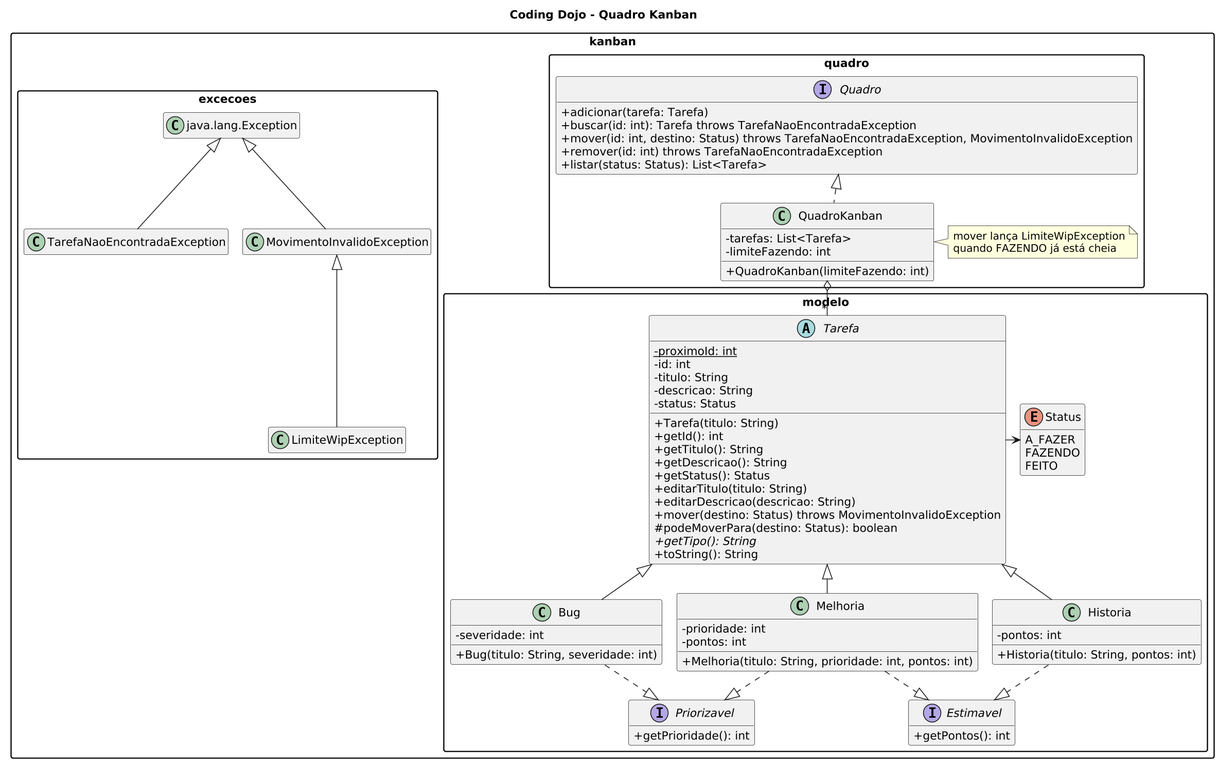
The PlantUML diagram data/dojo-kanban/diagrama.png in Lucas-Inacioo/poo-juiz, before a commit.
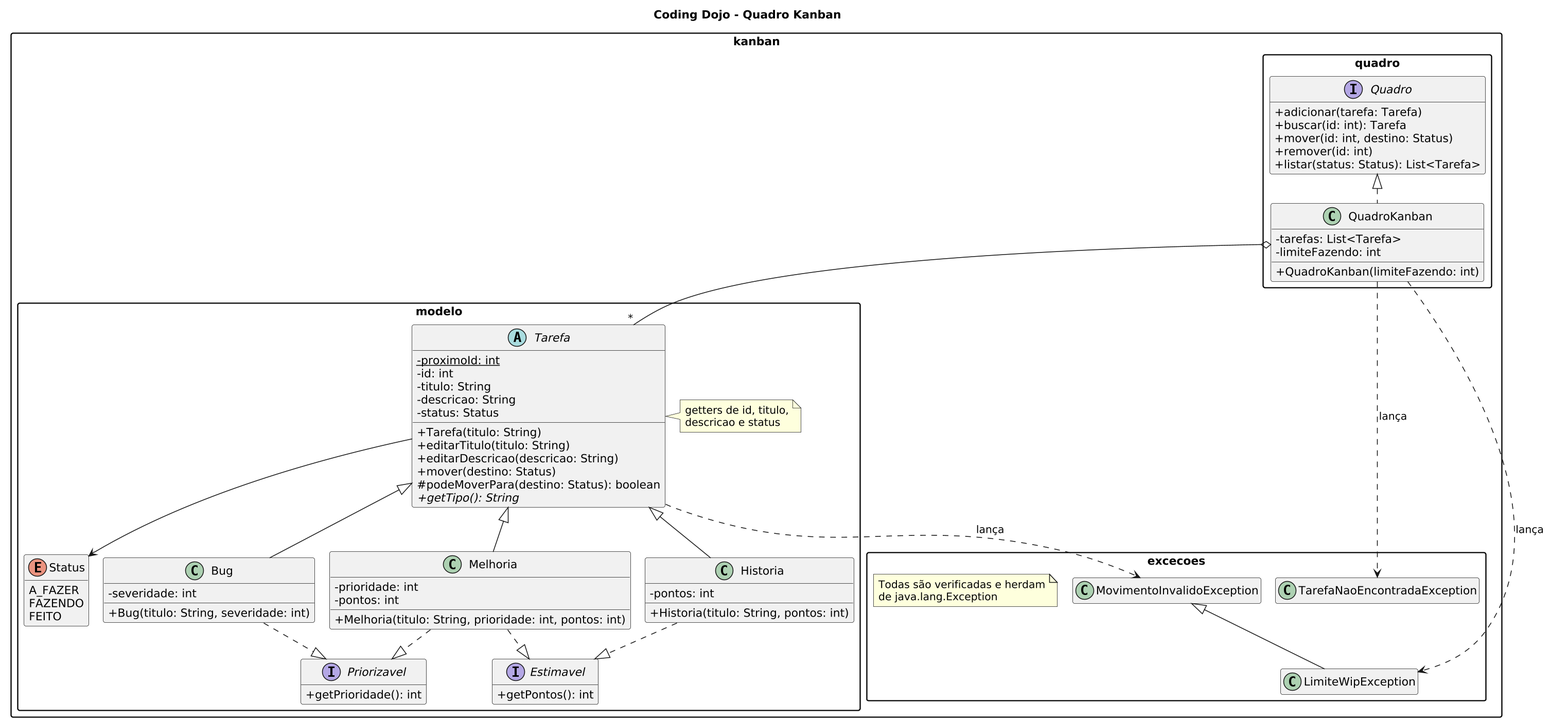
After the change.

Commit message:
Simplify the dojo diagram to cut the number of items

Getters move to a note, exception throws become one dependency arrow per exception, and a note says all three exceptions are checked.

The edit, as a diff of the source:
```diff
@@ -4,29 +4,21 @@
 skinparam dpi 150
 skinparam classAttributeIconSize 0
 skinparam packageStyle rectangle
-skinparam nodesep 40
-skinparam ranksep 50
 hide empty members
 
 package kanban.quadro {
   interface Quadro {
     +adicionar(tarefa: Tarefa)
-    +buscar(id: int): Tarefa throws TarefaNaoEncontradaException
-    +mover(id: int, destino: Status) throws TarefaNaoEncontradaException, MovimentoInvalidoException
-    +remover(id: int) throws TarefaNaoEncontradaException
+    +buscar(id: int): Tarefa
+    +mover(id: int, destino: Status)
+    +remover(id: int)
     +listar(status: Status): List<Tarefa>
   }
-
   class QuadroKanban {
     -tarefas: List<Tarefa>
     -limiteFazendo: int
     +QuadroKanban(limiteFazendo: int)
   }
-
-  note right of QuadroKanban
-    mover lança LimiteWipException
-    quando FAZENDO já está cheia
-  end note
 }
 
 package kanban.modelo {
@@ -37,60 +29,52 @@
     -descricao: String
     -status: Status
     +Tarefa(titulo: String)
-    +getId(): int
-    +getTitulo(): String
-    +getDescricao(): String
-    +getStatus(): Status
     +editarTitulo(titulo: String)
     +editarDescricao(descricao: String)
-    +mover(destino: Status) throws MovimentoInvalidoException
+    +mover(destino: Status)
     #podeMoverPara(destino: Status): boolean
     +{abstract} getTipo(): String
-    +toString(): String
   }
-
+  note right of Tarefa
+    getters de id, titulo,
+    descricao e status
+  end note
   enum Status {
     A_FAZER
     FAZENDO
     FEITO
   }
-
   class Bug {
     -severidade: int
     +Bug(titulo: String, severidade: int)
   }
-
   class Melhoria {
     -prioridade: int
     -pontos: int
     +Melhoria(titulo: String, prioridade: int, pontos: int)
   }
-
   class Historia {
     -pontos: int
     +Historia(titulo: String, pontos: int)
   }
-
   interface Priorizavel {
     +getPrioridade(): int
   }
-
   interface Estimavel {
     +getPontos(): int
   }
 }
 
 package kanban.excecoes {
-  class "java.lang.Exception" as Exception
   class TarefaNaoEncontradaException
   class MovimentoInvalidoException
   class LimiteWipException
+  note "Todas são verificadas e herdam\nde java.lang.Exception" as N1
 }
 
 Quadro <|.. QuadroKanban
 QuadroKanban o-- "*" Tarefa
-
-Tarefa -right-> Status
+Tarefa --> Status
 Tarefa <|-- Bug
 Tarefa <|-- Melhoria
 Tarefa <|-- Historia
@@ -98,8 +82,8 @@
 Melhoria ..|> Priorizavel
 Melhoria ..|> Estimavel
 Historia ..|> Estimavel
-
-Exception <|-- TarefaNaoEncontradaException
-Exception <|-- MovimentoInvalidoException
 MovimentoInvalidoException <|-- LimiteWipException
+Tarefa ..> MovimentoInvalidoException : lança
+QuadroKanban ..> TarefaNaoEncontradaException : lança
+QuadroKanban ..> LimiteWipException : lança
 @enduml
```
